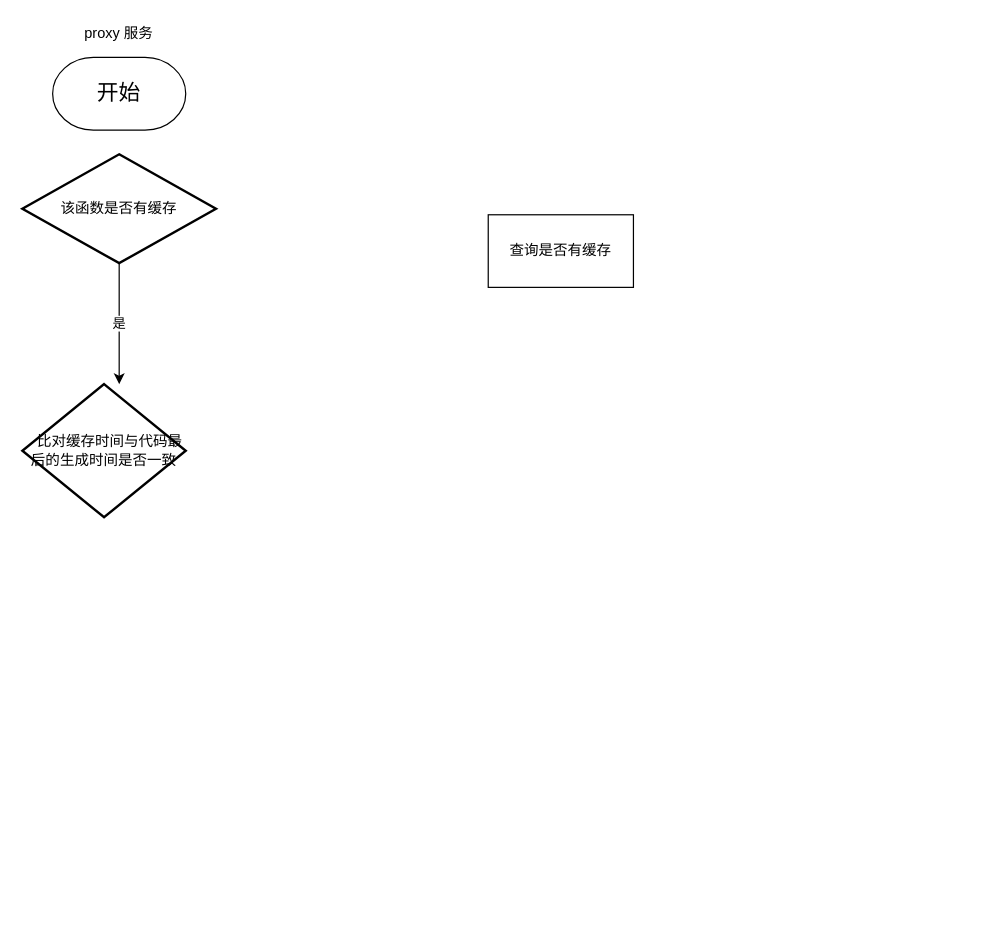
NPjuan/lettleLin keeps this draw.io diagram as src/未命名绘图.drawio. Above is the earlier version. Source tidied: cells renumbered, new cells numbered last; positions are measured from the earlier drawing's top-left corner, leaving out a move shared by most shapes. Both pictures are drawn from the tidied source at 121%, with x=0, y=0 at pixel (22, 21).
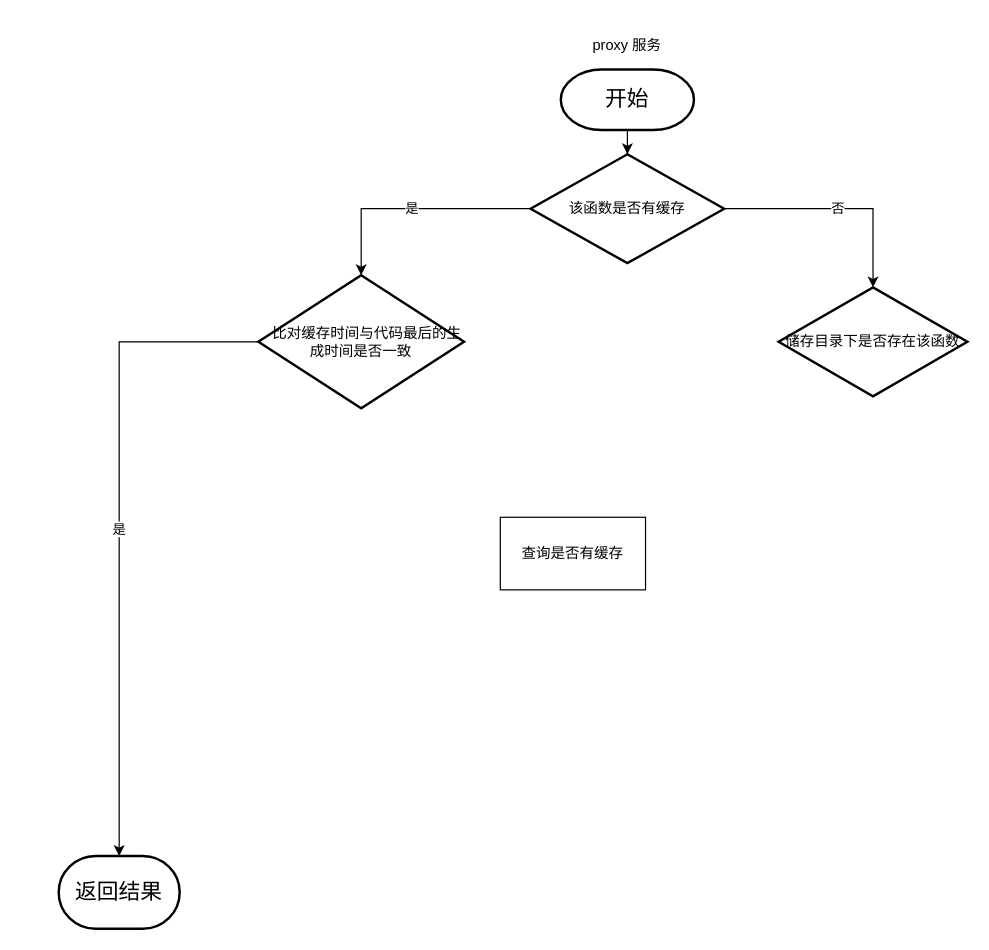
The same diagram, later.

Commit message (it also covers changes not shown here):
更新未命名绘图.drawio

What changed in the source:
```diff
@@
 <mxGraphModel>
   <root>
     <mxCell id="0" />
     <mxCell id="1" parent="0" />
+    <mxCell id="8" style="edgeStyle=orthogonalEdgeStyle;rounded=0;jettySize=auto;html=1;entryX=0.5;entryY=0;entryDx=0;entryDy=0;entryPerimeter=0;" parent="1" edge="1" source="2" target="6">
+      <mxGeometry relative="1" as="geometry" />
+    </mxCell>
-    <mxCell id="2" value="&lt;font style=&quot;font-size: 18px&quot;&gt;开始&lt;/font&gt;" style="strokeWidth=1;html=1;shape=mxgraph.flowchart.terminator;whiteSpace=wrap;" parent="1" vertex="1">
-      <mxGeometry x="25" y="30" width="110" height="60" as="geometry" />
+    <mxCell id="2" value="&lt;font style=&quot;font-size: 18px&quot;&gt;开始&lt;/font&gt;" style="strokeWidth=2;html=1;shape=mxgraph.flowchart.terminator;whiteSpace=wrap;" parent="1" vertex="1">
+      <mxGeometry x="445" y="40" width="110" height="50" as="geometry" />
     </mxCell>
     <mxCell id="3" value="查询是否有缓存" style="rounded=0;whiteSpace=wrap;html=1;" parent="1" vertex="1">
-      <mxGeometry x="385" y="160" width="120" height="60" as="geometry" />
+      <mxGeometry x="395" y="410" width="120" height="60" as="geometry" />
     </mxCell>
     <mxCell id="4" value="proxy 服务" style="text;html=1;strokeColor=none;fillColor=none;align=center;verticalAlign=middle;whiteSpace=wrap;rounded=0;" parent="1" vertex="1">
-      <mxGeometry x="35" width="90" height="20" as="geometry" />
+      <mxGeometry x="455" y="10" width="90" height="20" as="geometry" />
     </mxCell>
-    <mxCell id="5" value="是" style="edgeStyle=orthogonalEdgeStyle;rounded=0;jettySize=auto;html=1;" parent="1" edge="1" source="6">
-      <mxGeometry relative="1" as="geometry">
-        <mxPoint x="80" y="300" as="targetPoint" />
-        <Array as="points">
-          <mxPoint x="80" y="270" />
-          <mxPoint x="80" y="270" />
-        </Array>
-      </mxGeometry>
+    <mxCell id="5" value="是" style="edgeStyle=orthogonalEdgeStyle;rounded=0;jettySize=auto;html=1;entryX=0.5;entryY=0;entryDx=0;entryDy=0;entryPerimeter=0;" parent="1" edge="1" source="6" target="7">
+      <mxGeometry relative="1" as="geometry" />
     </mxCell>
+    <mxCell id="9" value="否" style="edgeStyle=orthogonalEdgeStyle;rounded=0;jettySize=auto;html=1;exitX=1;exitY=0.5;exitDx=0;exitDy=0;exitPerimeter=0;entryX=0.5;entryY=0;entryDx=0;entryDy=0;" parent="1" edge="1" source="6" target="12">
+      <mxGeometry relative="1" as="geometry">
+        <Array as="points">
+          <mxPoint x="703" y="155" />
+        </Array>
+      </mxGeometry>
+    </mxCell>
     <mxCell id="6" value="该函数是否有缓存" style="strokeWidth=2;html=1;shape=mxgraph.flowchart.decision;whiteSpace=wrap;" parent="1" vertex="1">
-      <mxGeometry y="110" width="160" height="90" as="geometry" />
+      <mxGeometry x="420" y="110" width="160" height="90" as="geometry" />
     </mxCell>
+    <mxCell id="10" value="是" style="edgeStyle=orthogonalEdgeStyle;rounded=0;jettySize=auto;html=1;entryX=0.5;entryY=0;entryDx=0;entryDy=0;entryPerimeter=0;" parent="1" edge="1" source="7" target="11">
+      <mxGeometry relative="1" as="geometry" />
+    </mxCell>
-    <mxCell id="7" value="&amp;nbsp; &amp;nbsp;比对缓存时间与代码最后的生成时间是否一致" style="strokeWidth=2;html=1;shape=mxgraph.flowchart.decision;whiteSpace=wrap;" parent="1" vertex="1">
-      <mxGeometry y="300" width="135" height="110" as="geometry" />
+    <mxCell id="7" value="&amp;nbsp; &amp;nbsp;比对缓存时间与代码最后的生成时间是否一致" style="strokeWidth=2;html=1;shape=mxgraph.flowchart.decision;whiteSpace=wrap;align=center;" parent="1" vertex="1">
+      <mxGeometry x="195" y="210" width="170" height="110" as="geometry" />
     </mxCell>
+    <mxCell id="11" value="&lt;font style=&quot;font-size: 18px&quot;&gt;返回结果&lt;/font&gt;" style="strokeWidth=2;html=1;shape=mxgraph.flowchart.terminator;whiteSpace=wrap;" parent="1" vertex="1">
+      <mxGeometry x="30" y="690" width="100" height="60" as="geometry" />
+    </mxCell>
+    <mxCell id="12" value="储存目录下是否存在该函数" style="rhombus;whiteSpace=wrap;html=1;strokeWidth=2;" parent="1" vertex="1">
+      <mxGeometry x="625" y="220" width="156" height="90" as="geometry" />
+    </mxCell>
   </root>
 </mxGraphModel>
```
